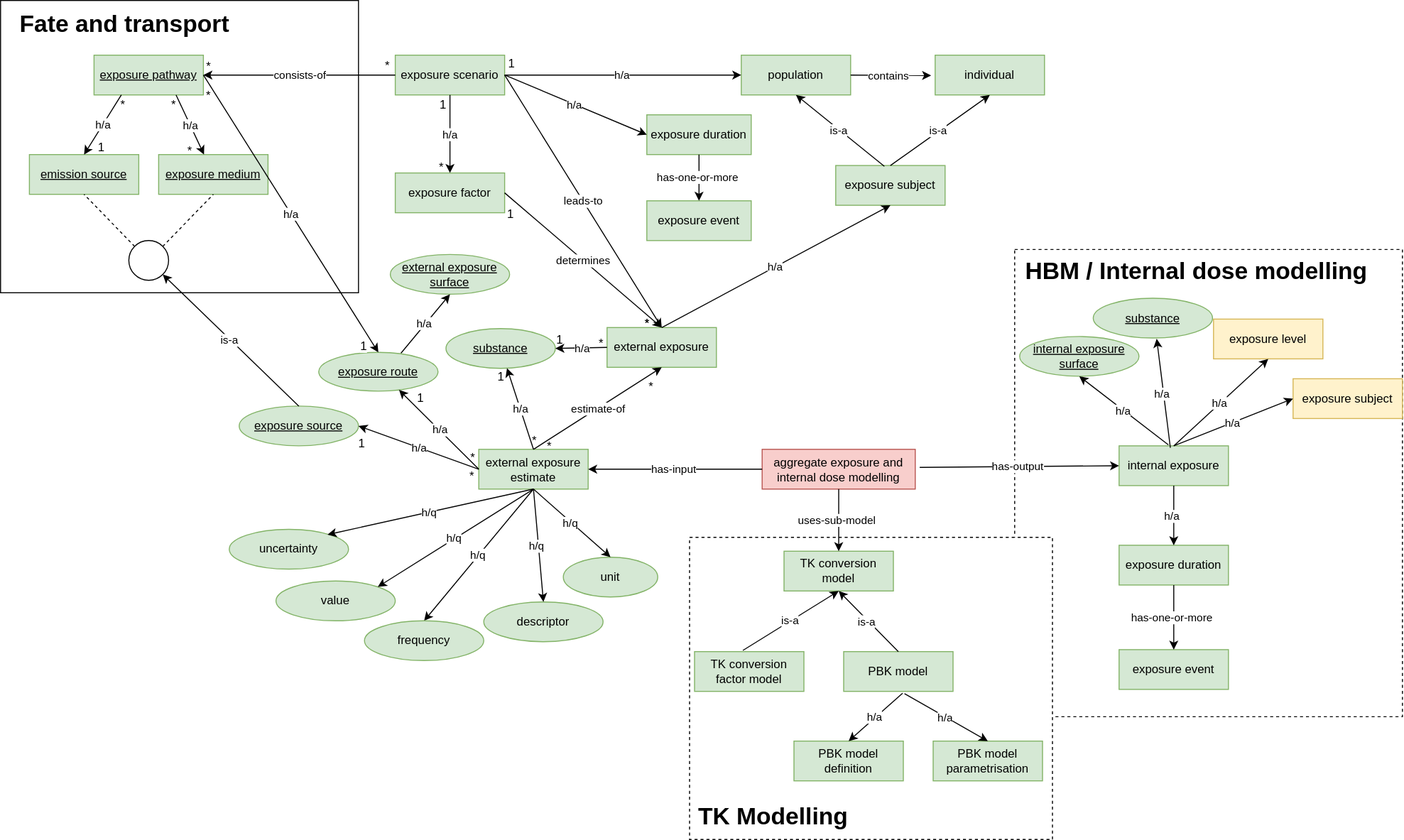
The draw.io diagram diagrams/aggregate-exposure-modelling.drawio.svg in eu-parc/aggregate-exposure-modelling, before a commit. Source tidied: cells renumbered, new cells last; positions are measured from the earlier drawing's top-left corner, leaving out a move shared by most shapes.
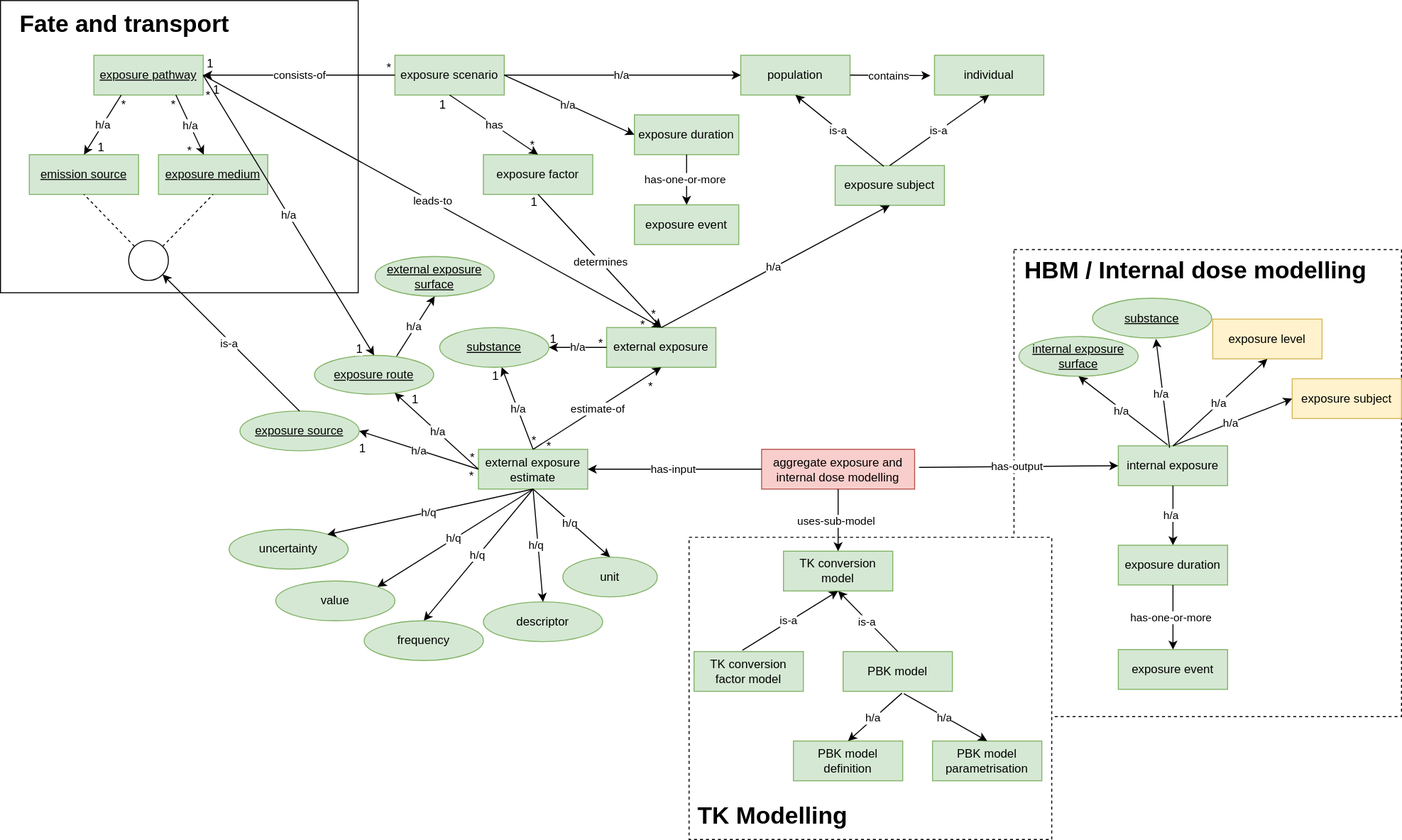
The same file after the commit.

Commit message:
Update external exposure sub-group and correct definition

Change to the diagram source:
```diff
@@ -21,7 +21,7 @@
       <mxGeometry x="1125" y="448" width="110" height="40" as="geometry" />
     </mxCell>
     <mxCell id="8" value="external exposure surface" style="ellipse;whiteSpace=wrap;html=1;fillColor=#d5e8d4;strokeColor=#82b366;fontStyle=4;fontColor=#000000;" parent="1" vertex="1">
-      <mxGeometry x="392" y="255.5" width="120" height="40" as="geometry" />
+      <mxGeometry x="377" y="257.5" width="120" height="40" as="geometry" />
     </mxCell>
     <mxCell id="9" value="external exposure estimate" style="rounded=0;whiteSpace=wrap;html=1;fillColor=#d5e8d4;strokeColor=#82b366;fontColor=#000000;" parent="1" vertex="1">
       <mxGeometry x="481" y="451.5" width="110" height="40" as="geometry" />
@@ -219,10 +219,10 @@
       <mxGeometry x="10" y="9" width="230" height="30" as="geometry" />
     </mxCell>
     <mxCell id="62" value="exposure duration" style="rounded=0;whiteSpace=wrap;html=1;fillColor=#d5e8d4;strokeColor=#82b366;fontColor=#000000;" parent="1" vertex="1">
-      <mxGeometry x="650" y="115" width="105" height="40" as="geometry" />
+      <mxGeometry x="638" y="115" width="105" height="40" as="geometry" />
     </mxCell>
     <mxCell id="63" value="exposure event" style="rounded=0;whiteSpace=wrap;html=1;fillColor=#d5e8d4;strokeColor=#82b366;fontColor=#000000;" parent="1" vertex="1">
-      <mxGeometry x="650" y="201.5" width="105" height="40" as="geometry" />
+      <mxGeometry x="638" y="205.5" width="105" height="40" as="geometry" />
     </mxCell>
     <mxCell id="64" style="endArrow=classic;html=1;rounded=0;exitX=0.5;exitY=1;exitDx=0;exitDy=0;entryX=0.5;entryY=0;entryDx=0;entryDy=0;" parent="1" edge="1" source="62" target="63">
       <mxGeometry relative="1" as="geometry" />
@@ -233,7 +233,7 @@
       </mxGeometry>
     </mxCell>
     <mxCell id="66" value="substance" style="ellipse;whiteSpace=wrap;html=1;fillColor=#d5e8d4;strokeColor=#82b366;fontStyle=4;fontColor=#000000;" parent="1" vertex="1">
-      <mxGeometry x="448" y="330" width="110" height="40" as="geometry" />
+      <mxGeometry x="442" y="329" width="110" height="40" as="geometry" />
     </mxCell>
     <mxCell id="67" value="exposure duration" style="rounded=0;whiteSpace=wrap;html=1;fillColor=#d5e8d4;strokeColor=#82b366;fontColor=#000000;" parent="1" vertex="1">
       <mxGeometry x="1125" y="548" width="110" height="40" as="geometry" />
@@ -283,13 +283,13 @@
       </mxGeometry>
     </mxCell>
     <mxCell id="80" value="exposure route" style="ellipse;whiteSpace=wrap;html=1;fillColor=#d5e8d4;strokeColor=#82b366;fontStyle=4;fontColor=#050505;" parent="1" vertex="1">
-      <mxGeometry x="320" y="354" width="120" height="39" as="geometry" />
+      <mxGeometry x="316" y="357" width="120" height="39" as="geometry" />
     </mxCell>
     <mxCell id="81" value="exposure pathway" style="rounded=0;whiteSpace=wrap;html=1;fillColor=#d5e8d4;strokeColor=#82b366;fontStyle=4;fontColor=#050505;" parent="1" vertex="1">
       <mxGeometry x="94" y="55" width="110" height="40" as="geometry" />
     </mxCell>
     <mxCell id="82" value="exposure source" style="ellipse;whiteSpace=wrap;html=1;fillColor=#d5e8d4;strokeColor=#82b366;fontStyle=4;fontColor=#050505;" parent="1" vertex="1">
-      <mxGeometry x="240" y="408" width="120" height="40" as="geometry" />
+      <mxGeometry x="241" y="413" width="120" height="40" as="geometry" />
     </mxCell>
     <mxCell id="83" value="exposure medium" style="rounded=0;whiteSpace=wrap;html=1;fillColor=#d5e8d4;strokeColor=#82b366;fontStyle=4;fontColor=#050505;" parent="1" vertex="1">
       <mxGeometry x="159" y="155" width="110" height="40" as="geometry" />
@@ -373,15 +373,15 @@
     </mxCell>
     <mxCell id="105" value="*" style="edgeLabel;html=1;align=left;verticalAlign=bottom;fontSize=12;labelBackgroundColor=none;" parent="103" vertex="1">
       <mxGeometry x="-1" relative="1" as="geometry">
-        <mxPoint x="-12" y="-1" as="offset" />
+        <mxPoint x="-10" y="1" as="offset" />
       </mxGeometry>
     </mxCell>
-    <mxCell id="106" value="*" style="edgeLabel;html=1;align=right;verticalAlign=bottom;fontSize=12;labelBackgroundColor=none;" parent="103" vertex="1">
+    <mxCell id="106" value="1" style="edgeLabel;html=1;align=right;verticalAlign=bottom;fontSize=12;labelBackgroundColor=none;" parent="103" vertex="1">
       <mxGeometry x="1" relative="1" as="geometry">
-        <mxPoint x="8" as="offset" />
+        <mxPoint x="18" y="23" as="offset" />
       </mxGeometry>
     </mxCell>
-    <mxCell id="107" style="endArrow=classic;html=1;rounded=0;entryX=0.5;entryY=0;entryDx=0;entryDy=0;exitX=1;exitY=0.5;exitDx=0;exitDy=0;" parent="1" edge="1" source="102" target="5">
+    <mxCell id="107" style="endArrow=classic;html=1;rounded=0;entryX=0.5;entryY=0;entryDx=0;entryDy=0;exitX=1;exitY=0.5;exitDx=0;exitDy=0;" parent="1" edge="1" source="81" target="5">
       <mxGeometry relative="1" as="geometry" />
     </mxCell>
     <mxCell id="108" value="leads-to" style="edgeLabel;html=1;align=center;verticalAlign=middle;" parent="107" vertex="1">
@@ -394,7 +394,7 @@
     </mxCell>
     <mxCell id="110" value="*" style="edgeLabel;html=1;align=right;verticalAlign=bottom;fontSize=12;labelBackgroundColor=none;" parent="107" vertex="1">
       <mxGeometry x="1" relative="1" as="geometry">
-        <mxPoint x="-12" y="4" as="offset" />
+        <mxPoint x="-16" y="6" as="offset" />
       </mxGeometry>
     </mxCell>
     <mxCell id="111" style="endArrow=classic;html=1;rounded=0;entryX=0;entryY=0.5;entryDx=0;entryDy=0;exitX=1;exitY=0.5;exitDx=0;exitDy=0;" parent="1" edge="1" source="102" target="42">
@@ -409,9 +409,9 @@
       <mxGeometry relative="1" as="geometry" />
     </mxCell>
     <mxCell id="114" value="exposure factor" style="rounded=0;whiteSpace=wrap;html=1;fillColor=#d5e8d4;strokeColor=#82b366;fontStyle=0;fontColor=#050505;" parent="1" vertex="1">
-      <mxGeometry x="397" y="173.5" width="110" height="40" as="geometry" />
+      <mxGeometry x="486" y="155" width="110" height="40" as="geometry" />
     </mxCell>
-    <mxCell id="115" style="endArrow=classic;html=1;rounded=0;exitX=1;exitY=0.5;exitDx=0;exitDy=0;entryX=0.5;entryY=0;entryDx=0;entryDy=0;" parent="1" edge="1" source="114" target="5">
+    <mxCell id="115" style="endArrow=classic;html=1;rounded=0;exitX=0.5;exitY=1;exitDx=0;exitDy=0;entryX=0.5;entryY=0;entryDx=0;entryDy=0;" parent="1" edge="1" source="114" target="5">
       <mxGeometry relative="1" as="geometry" />
     </mxCell>
     <mxCell id="116" value="determines" style="edgeLabel;html=1;align=center;verticalAlign=middle;" parent="115" vertex="1">
@@ -419,18 +419,18 @@
     </mxCell>
     <mxCell id="117" value="1" style="edgeLabel;html=1;align=left;verticalAlign=bottom;fontSize=12;labelBackgroundColor=none;" parent="115" vertex="1">
       <mxGeometry x="-1" relative="1" as="geometry">
-        <mxPoint x="1" y="30" as="offset" />
+        <mxPoint x="-9" y="16" as="offset" />
       </mxGeometry>
     </mxCell>
     <mxCell id="118" value="*" style="edgeLabel;html=1;align=right;verticalAlign=bottom;fontSize=12;labelBackgroundColor=none;" parent="115" vertex="1">
       <mxGeometry x="1" relative="1" as="geometry">
-        <mxPoint x="-12" y="4" as="offset" />
+        <mxPoint x="-5" y="-5" as="offset" />
       </mxGeometry>
     </mxCell>
-    <mxCell id="119" style="endArrow=classic;html=1;rounded=0;exitX=0.5;exitY=1;exitDx=0;exitDy=0;" parent="1" edge="1" source="102" target="114">
+    <mxCell id="119" style="endArrow=classic;html=1;rounded=0;exitX=0.5;exitY=1;exitDx=0;exitDy=0;entryX=0.5;entryY=0;entryDx=0;entryDy=0;" parent="1" edge="1" source="102" target="114">
       <mxGeometry relative="1" as="geometry" />
     </mxCell>
-    <mxCell id="120" value="h/a" style="edgeLabel;html=1;align=center;verticalAlign=middle;" parent="119" vertex="1">
+    <mxCell id="120" value="has" style="edgeLabel;html=1;align=center;verticalAlign=middle;" parent="119" vertex="1">
       <mxGeometry relative="1" as="geometry" />
     </mxCell>
     <mxCell id="121" value="1" style="edgeLabel;html=1;align=left;verticalAlign=bottom;fontSize=12;labelBackgroundColor=none;" parent="119" vertex="1">
@@ -440,7 +440,7 @@
     </mxCell>
     <mxCell id="122" value="*" style="edgeLabel;html=1;align=right;verticalAlign=bottom;fontSize=12;labelBackgroundColor=none;" parent="119" vertex="1">
       <mxGeometry x="1" relative="1" as="geometry">
-        <mxPoint x="-6" y="3" as="offset" />
+        <mxPoint x="-3" y="-1" as="offset" />
       </mxGeometry>
     </mxCell>
     <mxCell id="123" style="endArrow=classic;html=1;rounded=0;exitX=0.5;exitY=0;exitDx=0;exitDy=0;entryX=0.5;entryY=1;entryDx=0;entryDy=0;" parent="1" edge="1" source="9" target="5">
```
